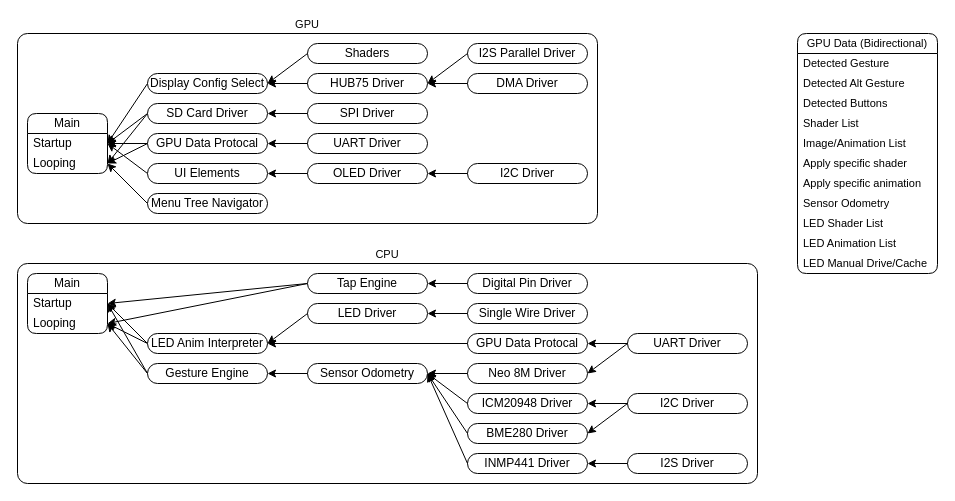
Earlier version of the draw.io diagram page "Alpha Release Stack" (5 of 6) of Documents/Software Diagram (DX.3).drawio (Cyberspecies/Synth-Head). Source tidied: cells renumbered, new cells numbered last; positions are measured from the earlier drawing's top-left corner, leaving out a move shared by most shapes. Both pictures are drawn from the tidied source at 100%, with x=0, y=0 at pixel (17, 33).
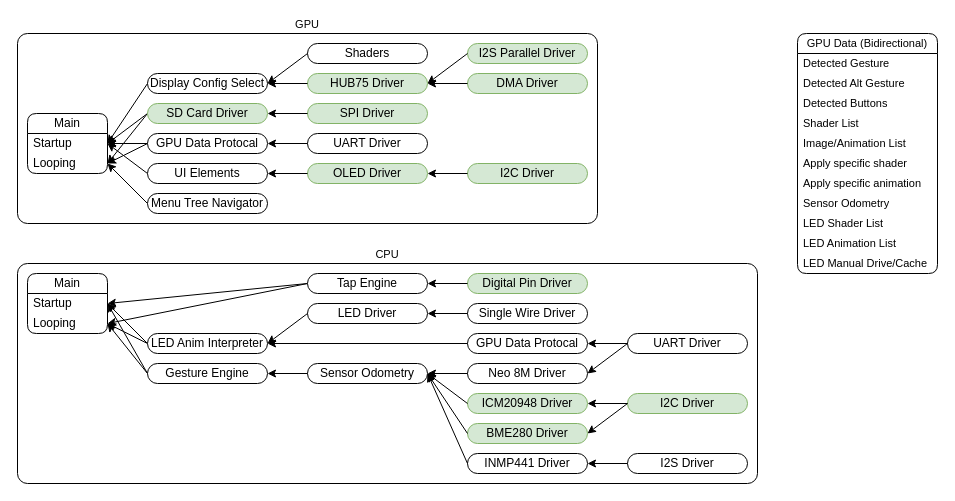
The same page after the edit.

The change refers to these unchanged cells:
```xml
<mxCell id="2" value="GPU" style="rounded=1;whiteSpace=wrap;html=1;fontFamily=Helvetica;fontSize=11;fontColor=default;labelBackgroundColor=default;absoluteArcSize=1;labelPosition=center;verticalLabelPosition=top;align=center;verticalAlign=bottom;" parent="1" vertex="1">
  <mxGeometry width="580" height="190" as="geometry" />
</mxCell>
<mxCell id="34" value="CPU" style="rounded=1;whiteSpace=wrap;html=1;fontFamily=Helvetica;fontSize=11;fontColor=default;labelBackgroundColor=default;absoluteArcSize=1;labelPosition=center;verticalLabelPosition=top;align=center;verticalAlign=bottom;" parent="1" vertex="1">
  <mxGeometry y="230" width="740" height="220" as="geometry" />
</mxCell>
```

The edit, as a diff of the source:
```diff
@@
-    <mxCell id="6" value="I2S Parallel Driver" style="rounded=1;whiteSpace=wrap;html=1;absoluteArcSize=1;points=[[0,0.5,0,0,0],[1,0.5,0,0,0]];" parent="2" vertex="1">
+    <mxCell id="6" value="I2S Parallel Driver" style="rounded=1;whiteSpace=wrap;html=1;absoluteArcSize=1;points=[[0,0.5,0,0,0],[1,0.5,0,0,0]];fillColor=#d5e8d4;strokeColor=#82b366;" parent="2" vertex="1">
       <mxGeometry x="450" y="10" width="120" height="20" as="geometry" />
     </mxCell>
-    <mxCell id="7" value="DMA Driver" style="rounded=1;whiteSpace=wrap;html=1;absoluteArcSize=1;points=[[0,0.5,0,0,0],[1,0.5,0,0,0]];" parent="2" vertex="1">
+    <mxCell id="7" value="DMA Driver" style="rounded=1;whiteSpace=wrap;html=1;absoluteArcSize=1;points=[[0,0.5,0,0,0],[1,0.5,0,0,0]];fillColor=#d5e8d4;strokeColor=#82b366;" parent="2" vertex="1">
       <mxGeometry x="450" y="40" width="120" height="20" as="geometry" />
     </mxCell>
-    <mxCell id="8" value="HUB75 Driver" style="rounded=1;whiteSpace=wrap;html=1;absoluteArcSize=1;points=[[0,0.5,0,0,0],[1,0.5,0,0,0]];" parent="2" vertex="1">
+    <mxCell id="8" value="HUB75 Driver" style="rounded=1;whiteSpace=wrap;html=1;absoluteArcSize=1;points=[[0,0.5,0,0,0],[1,0.5,0,0,0]];fillColor=#d5e8d4;strokeColor=#82b366;" parent="2" vertex="1">
       <mxGeometry x="290" y="40" width="120" height="20" as="geometry" />
     </mxCell>
-    <mxCell id="9" value="OLED Driver" style="rounded=1;whiteSpace=wrap;html=1;absoluteArcSize=1;points=[[0,0.5,0,0,0],[1,0.5,0,0,0]];" parent="2" vertex="1">
+    <mxCell id="9" value="OLED Driver" style="rounded=1;whiteSpace=wrap;html=1;absoluteArcSize=1;points=[[0,0.5,0,0,0],[1,0.5,0,0,0]];fillColor=#d5e8d4;strokeColor=#82b366;" parent="2" vertex="1">
       <mxGeometry x="290" y="130" width="120" height="20" as="geometry" />
     </mxCell>
-    <mxCell id="10" value="I2C Driver" style="rounded=1;whiteSpace=wrap;html=1;absoluteArcSize=1;points=[[0,0.5,0,0,0],[1,0.5,0,0,0]];" parent="2" vertex="1">
+    <mxCell id="10" value="I2C Driver" style="rounded=1;whiteSpace=wrap;html=1;absoluteArcSize=1;points=[[0,0.5,0,0,0],[1,0.5,0,0,0]];fillColor=#d5e8d4;strokeColor=#82b366;" parent="2" vertex="1">
       <mxGeometry x="450" y="130" width="120" height="20" as="geometry" />
     </mxCell>
@@
-    <mxCell id="17" value="SPI Driver" style="rounded=1;whiteSpace=wrap;html=1;absoluteArcSize=1;points=[[0,0.5,0,0,0],[1,0.5,0,0,0]];" parent="2" vertex="1">
+    <mxCell id="17" value="SPI Driver" style="rounded=1;whiteSpace=wrap;html=1;absoluteArcSize=1;points=[[0,0.5,0,0,0],[1,0.5,0,0,0]];fillColor=#d5e8d4;strokeColor=#82b366;" parent="2" vertex="1">
       <mxGeometry x="290" y="70" width="120" height="20" as="geometry" />
     </mxCell>
@@
-    <mxCell id="20" value="SD Card Driver" style="rounded=1;whiteSpace=wrap;html=1;absoluteArcSize=1;points=[[0,0.5,0,0,0],[1,0.5,0,0,0]];" parent="2" vertex="1">
+    <mxCell id="20" value="SD Card Driver" style="rounded=1;whiteSpace=wrap;html=1;absoluteArcSize=1;points=[[0,0.5,0,0,0],[1,0.5,0,0,0]];fillColor=#d5e8d4;strokeColor=#82b366;" parent="2" vertex="1">
       <mxGeometry x="130" y="70" width="120" height="20" as="geometry" />
     </mxCell>
@@
-    <mxCell id="41" value="Digital Pin Driver" style="rounded=1;whiteSpace=wrap;html=1;absoluteArcSize=1;points=[[0,0.5,0,0,0],[1,0.5,0,0,0]];" parent="34" vertex="1">
+    <mxCell id="41" value="Digital Pin Driver" style="rounded=1;whiteSpace=wrap;html=1;absoluteArcSize=1;points=[[0,0.5,0,0,0],[1,0.5,0,0,0]];fillColor=#d5e8d4;strokeColor=#82b366;" parent="34" vertex="1">
       <mxGeometry x="450" y="10" width="120" height="20" as="geometry" />
     </mxCell>
@@
-    <mxCell id="46" value="I2C Driver" style="rounded=1;whiteSpace=wrap;html=1;absoluteArcSize=1;points=[[0,0.5,0,0,0],[1,0.5,0,0,0]];" parent="34" vertex="1">
+    <mxCell id="46" value="I2C Driver" style="rounded=1;whiteSpace=wrap;html=1;absoluteArcSize=1;points=[[0,0.5,0,0,0],[1,0.5,0,0,0]];fillColor=#d5e8d4;strokeColor=#82b366;" parent="34" vertex="1">
       <mxGeometry x="610" y="130" width="120" height="20" as="geometry" />
     </mxCell>
-    <mxCell id="47" value="ICM20948 Driver" style="rounded=1;whiteSpace=wrap;html=1;absoluteArcSize=1;points=[[0,0.5,0,0,0],[1,0.5,0,0,0]];" parent="34" vertex="1">
+    <mxCell id="47" value="ICM20948 Driver" style="rounded=1;whiteSpace=wrap;html=1;absoluteArcSize=1;points=[[0,0.5,0,0,0],[1,0.5,0,0,0]];fillColor=#d5e8d4;strokeColor=#82b366;" parent="34" vertex="1">
       <mxGeometry x="450" y="130" width="120" height="20" as="geometry" />
     </mxCell>
-    <mxCell id="48" value="BME280 Driver" style="rounded=1;whiteSpace=wrap;html=1;absoluteArcSize=1;points=[[0,0.5,0,0,0],[1,0.5,0,0,0]];" parent="34" vertex="1">
+    <mxCell id="48" value="BME280 Driver" style="rounded=1;whiteSpace=wrap;html=1;absoluteArcSize=1;points=[[0,0.5,0,0,0],[1,0.5,0,0,0]];fillColor=#d5e8d4;strokeColor=#82b366;" parent="34" vertex="1">
       <mxGeometry x="450" y="160" width="120" height="20" as="geometry" />
     </mxCell>
```
